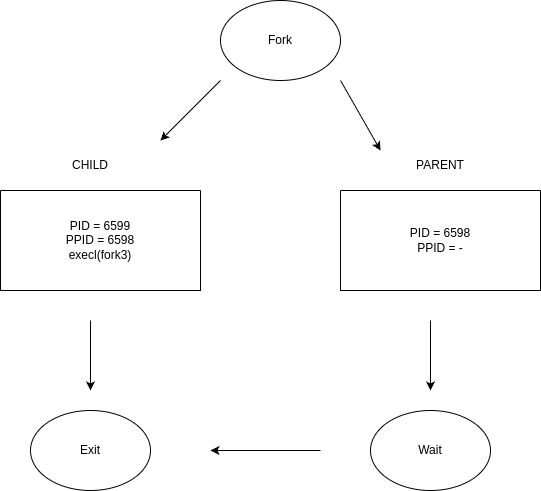
ARVAZAKI/SysOP-3123500014 keeps this draw.io diagram as UTS/img/fork06v.png. Above is the earlier version. Source tidied: cells renumbered, new cells last; positions are measured from the earlier drawing's top-left corner, leaving out a move shared by most shapes.
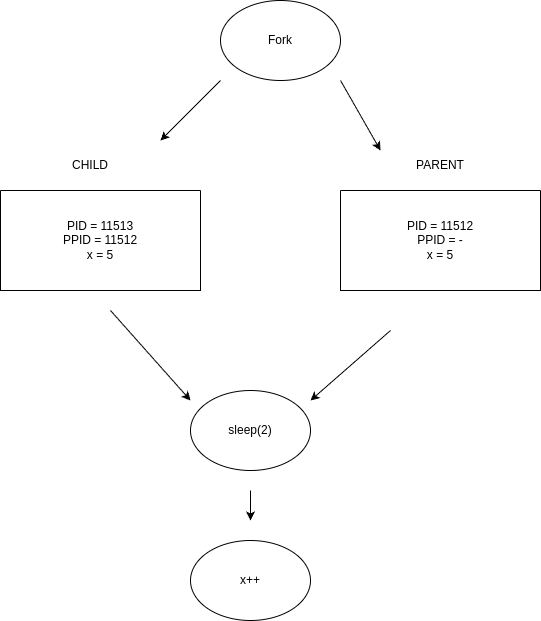
The same diagram one commit later.

What changed in the source:
```diff
@@ -5,7 +5,7 @@
     <mxCell id="2" style="swimlane;startSize=0;" parent="1" vertex="1">
       <mxGeometry y="190" width="200" height="100" as="geometry" />
     </mxCell>
-    <mxCell id="3" value="PID = 6599&lt;div&gt;PPID = 6598&lt;/div&gt;&lt;div&gt;execl(fork3)&lt;/div&gt;" style="text;html=1;align=center;verticalAlign=middle;whiteSpace=wrap;rounded=0;" parent="2" vertex="1">
+    <mxCell id="3" value="PID = 11513&lt;div&gt;&lt;span style=&quot;background-color: initial;&quot;&gt;PPID = 11512&lt;/span&gt;&lt;div&gt;x = 5&lt;/div&gt;&lt;/div&gt;" style="text;html=1;align=center;verticalAlign=middle;whiteSpace=wrap;rounded=0;" parent="2" vertex="1">
       <mxGeometry x="20" y="22.5" width="160" height="55" as="geometry" />
     </mxCell>
     <mxCell id="4" value="CHILD" style="text;html=1;align=center;verticalAlign=middle;whiteSpace=wrap;rounded=0;" parent="1" vertex="1">
@@ -14,7 +14,7 @@
     <mxCell id="5" style="swimlane;startSize=0;" parent="1" vertex="1">
       <mxGeometry x="340" y="190" width="200" height="100" as="geometry" />
     </mxCell>
-    <mxCell id="6" value="PID = 6598&lt;div&gt;PPID = -&lt;/div&gt;" style="text;html=1;align=center;verticalAlign=middle;whiteSpace=wrap;rounded=0;" parent="5" vertex="1">
+    <mxCell id="6" value="PID = 11512&lt;div&gt;PPID = -&lt;/div&gt;&lt;div&gt;x = 5&lt;/div&gt;" style="text;html=1;align=center;verticalAlign=middle;whiteSpace=wrap;rounded=0;" parent="5" vertex="1">
       <mxGeometry x="20" y="22.5" width="160" height="55" as="geometry" />
     </mxCell>
     <mxCell id="7" value="PARENT" style="text;html=1;align=center;verticalAlign=middle;whiteSpace=wrap;rounded=0;" parent="1" vertex="1">
@@ -41,35 +41,35 @@
     <mxCell id="12" value="Fork" style="text;html=1;align=center;verticalAlign=middle;whiteSpace=wrap;rounded=0;" parent="10" vertex="1">
       <mxGeometry x="30" y="25" width="60" height="30" as="geometry" />
     </mxCell>
-    <mxCell id="13" style="ellipse;whiteSpace=wrap;html=1;" parent="1" vertex="1">
-      <mxGeometry x="370" y="410" width="120" height="80" as="geometry" />
-    </mxCell>
-    <mxCell id="14" value="Wait" style="text;html=1;align=center;verticalAlign=middle;whiteSpace=wrap;rounded=0;" parent="1" vertex="1">
-      <mxGeometry x="400" y="435" width="60" height="30" as="geometry" />
-    </mxCell>
-    <mxCell id="15" style="ellipse;whiteSpace=wrap;html=1;" parent="1" vertex="1">
-      <mxGeometry x="30" y="410" width="120" height="80" as="geometry" />
-    </mxCell>
-    <mxCell id="16" style="endArrow=classic;html=1;rounded=0;" parent="1" edge="1">
-      <mxGeometry relative="1" as="geometry">
-        <mxPoint x="430" y="320" as="sourcePoint" />
-        <mxPoint x="430" y="390" as="targetPoint" />
-      </mxGeometry>
-    </mxCell>
-    <mxCell id="17" style="endArrow=classic;html=1;rounded=0;" parent="1" edge="1">
-      <mxGeometry relative="1" as="geometry">
-        <mxPoint x="320" y="450" as="sourcePoint" />
-        <mxPoint x="210" y="450" as="targetPoint" />
-      </mxGeometry>
-    </mxCell>
-    <mxCell id="18" style="endArrow=classic;html=1;rounded=0;" parent="1" edge="1">
-      <mxGeometry relative="1" as="geometry">
-        <mxPoint x="90" y="320" as="sourcePoint" />
-        <mxPoint x="90" y="390" as="targetPoint" />
-      </mxGeometry>
-    </mxCell>
-    <mxCell id="19" value="Exit" style="text;html=1;align=center;verticalAlign=middle;whiteSpace=wrap;rounded=0;" parent="1" vertex="1">
-      <mxGeometry x="60" y="435" width="60" height="30" as="geometry" />
-    </mxCell>
+    <mxCell id="20" style="endArrow=classic;html=1;rounded=0;" parent="1" edge="1">
+      <mxGeometry relative="1" as="geometry">
+        <mxPoint x="110" y="310" as="sourcePoint" />
+        <mxPoint x="190" y="400" as="targetPoint" />
+      </mxGeometry>
+    </mxCell>
+    <mxCell id="21" style="endArrow=classic;html=1;rounded=0;" parent="1" edge="1">
+      <mxGeometry relative="1" as="geometry">
+        <mxPoint x="390" y="330" as="sourcePoint" />
+        <mxPoint x="310" y="400" as="targetPoint" />
+      </mxGeometry>
+    </mxCell>
+    <mxCell id="22" style="ellipse;whiteSpace=wrap;html=1;" parent="1" vertex="1">
+      <mxGeometry x="190" y="390" width="120" height="80" as="geometry" />
+    </mxCell>
+    <mxCell id="23" value="sleep(2)" style="text;html=1;align=center;verticalAlign=middle;whiteSpace=wrap;rounded=0;" parent="1" vertex="1">
+      <mxGeometry x="220" y="415" width="60" height="30" as="geometry" />
+    </mxCell>
+    <mxCell id="24" style="endArrow=classic;html=1;rounded=0;" parent="1" edge="1">
+      <mxGeometry relative="1" as="geometry">
+        <mxPoint x="250" y="490" as="sourcePoint" />
+        <mxPoint x="250" y="520" as="targetPoint" />
+      </mxGeometry>
+    </mxCell>
+    <mxCell id="25" style="ellipse;whiteSpace=wrap;html=1;" parent="1" vertex="1">
+      <mxGeometry x="190" y="540" width="120" height="80" as="geometry" />
+    </mxCell>
+    <mxCell id="26" value="x++" style="text;html=1;align=center;verticalAlign=middle;whiteSpace=wrap;rounded=0;" parent="1" vertex="1">
+      <mxGeometry x="220" y="565" width="60" height="30" as="geometry" />
+    </mxCell>
   </root>
 </mxGraphModel>
```
